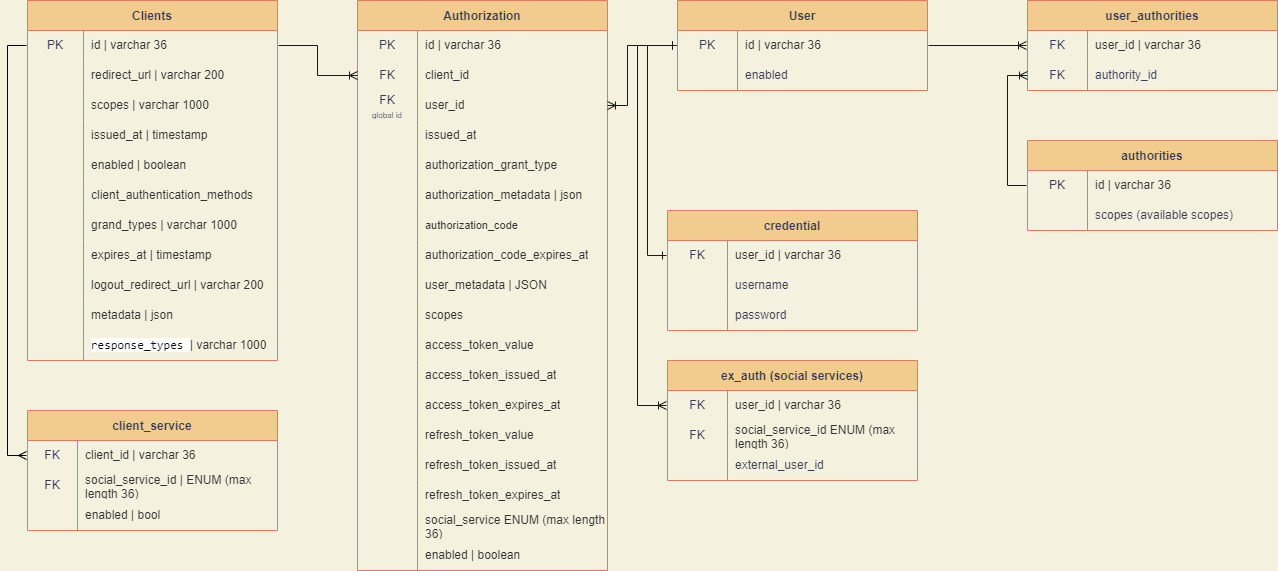
KYamshanov/Mission-backend keeps this draw.io diagram as id/resources/db_scheme.png. Above is the earlier version. Source tidied: cells renumbered, new cells last; positions are measured from the earlier drawing's top-left corner, leaving out a move shared by most shapes.
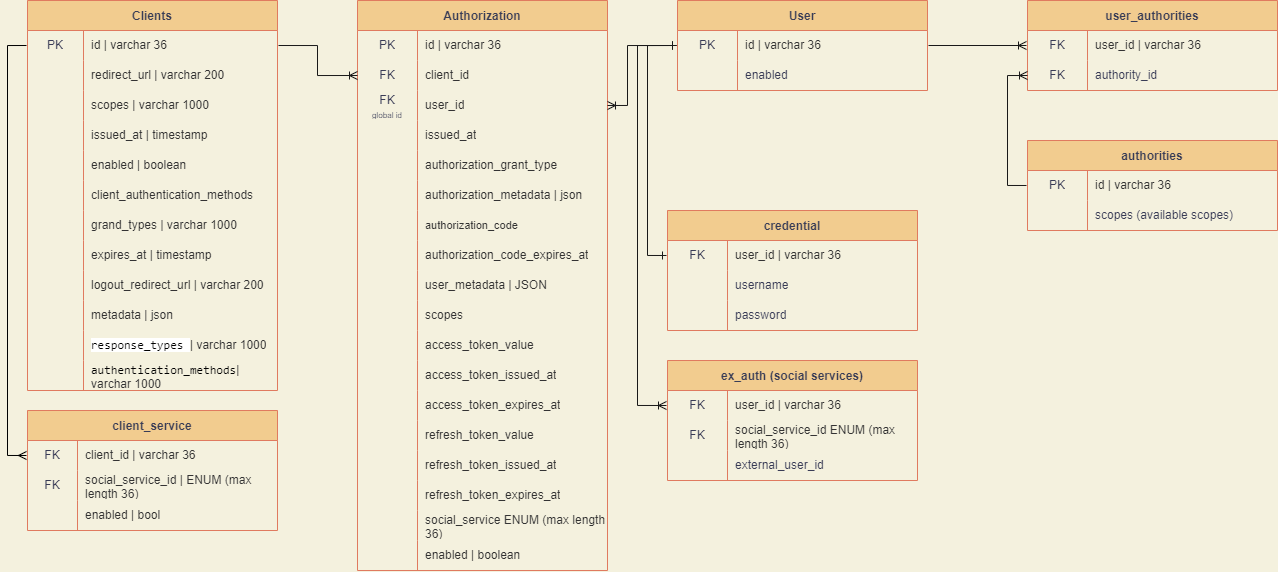
The same file after the commit.

Diff of the diagram source:
```diff
@@ -3,7 +3,7 @@
     <mxCell id="0" />
     <mxCell id="1" parent="0" />
     <mxCell id="2" value="Clients" style="shape=table;startSize=30;rowLines=0;fontStyle=1;fillColor=#F2CC8F;strokeColor=#E07A5F;fontColor=#393C56;" parent="1" vertex="1">
-      <mxGeometry width="250" height="360" as="geometry" />
+      <mxGeometry width="250" height="390" as="geometry" />
     </mxCell>
     <mxCell id="3" style="shape=tableRow;horizontal=0;startSize=0;swimlaneHead=0;swimlaneBody=0;top=0;left=0;bottom=0;right=0;points=[[0,0.5],[1,0.5]];portConstraint=eastwest;strokeWidth=1;perimeterSpacing=1;shadow=0;swimlaneLine=1;sketch=0;strokeColor=#E07A5F;fillColor=none;fontColor=#393C56;" parent="2" vertex="1">
       <mxGeometry y="30" width="250" height="30" as="geometry" />
@@ -104,6 +104,15 @@
     <mxCell id="35" value="&lt;span style=&quot;color: rgb(0, 0, 0); font-family: &amp;quot;JetBrains Mono&amp;quot;, monospace; background-color: rgb(255, 255, 255);&quot;&gt;response_types&amp;nbsp;&lt;/span&gt;&lt;span style=&quot;color: rgb(51, 51, 51);&quot;&gt;| varchar 1000&lt;/span&gt;" style="shape=partialRectangle;html=1;whiteSpace=wrap;fillColor=none;top=0;left=0;bottom=0;right=0;align=left;spacingLeft=6;overflow=hidden;strokeColor=#E07A5F;fontColor=#393C56;" parent="33" vertex="1">
       <mxGeometry x="56" width="194" height="30" as="geometry" />
     </mxCell>
+    <mxCell id="149" style="shape=tableRow;horizontal=0;startSize=0;swimlaneHead=0;swimlaneBody=0;top=0;left=0;bottom=0;right=0;fillColor=none;strokeColor=#E07A5F;fontColor=#393C56;" parent="2" vertex="1">
+      <mxGeometry y="360" width="250" height="30" as="geometry" />
+    </mxCell>
+    <mxCell id="150" style="shape=partialRectangle;html=1;whiteSpace=wrap;fillColor=none;top=0;left=0;bottom=0;right=0;overflow=hidden;strokeColor=#E07A5F;fontColor=#393C56;" parent="149" vertex="1">
+      <mxGeometry width="56" height="30" as="geometry" />
+    </mxCell>
+    <mxCell id="151" value="&lt;font color=&quot;#000000&quot; face=&quot;JetBrains Mono, monospace&quot;&gt;authentication_methods&lt;/font&gt;&lt;font color=&quot;#333333&quot;&gt;| varchar 1000&lt;/font&gt;" style="shape=partialRectangle;html=1;whiteSpace=wrap;fillColor=none;top=0;left=0;bottom=0;right=0;align=left;spacingLeft=6;overflow=hidden;strokeColor=#E07A5F;fontColor=#393C56;" parent="149" vertex="1">
+      <mxGeometry x="56" width="194" height="30" as="geometry" />
+    </mxCell>
     <mxCell id="36" value="Authorization" style="shape=table;startSize=30;rowLines=0;fontStyle=1;fillColor=#F2CC8F;strokeColor=#E07A5F;fontColor=#393C56;" parent="1" vertex="1">
       <mxGeometry x="330" width="250" height="570" as="geometry" />
     </mxCell>
```
